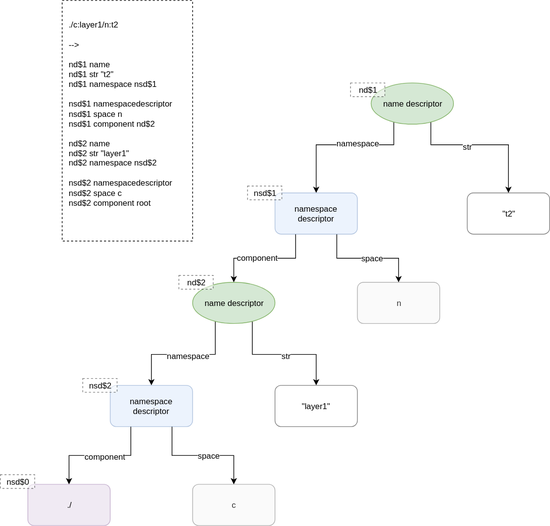
Before: assets/2021-06-07-wp-namespaces.svg, a diagram exported from draw.io (guitarvydas/guitarvydas.github.io). Source tidied: cells renumbered, new cells last; positions are measured from the earlier drawing's top-left corner, leaving out a move shared by most shapes.
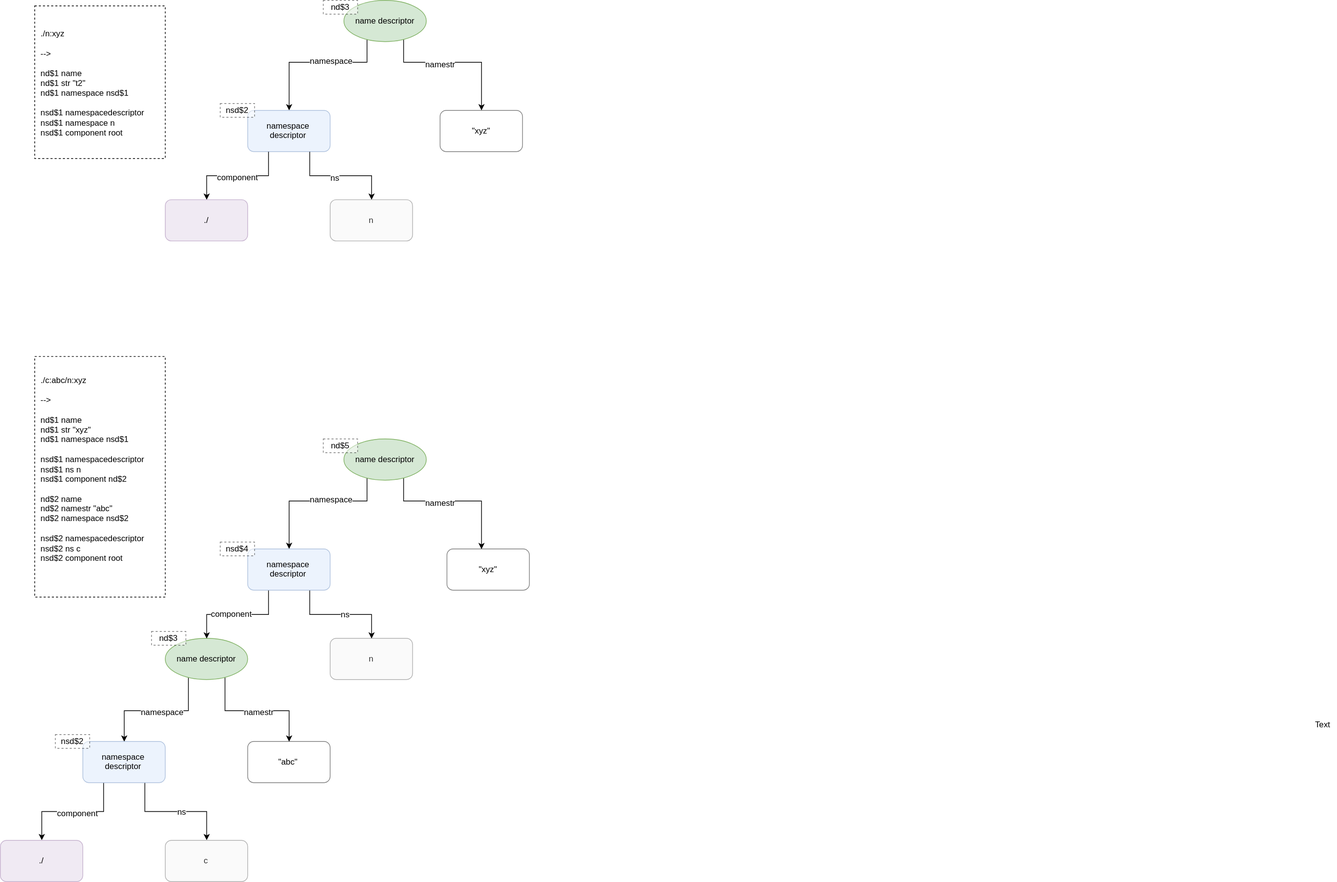
After the change.

Commit message:
updated namespaces diagram

What changed in the source:
```diff
@@ -2,18 +2,19 @@
   <root>
     <mxCell id="0" />
     <mxCell id="1" parent="0" />
-    <mxCell id="2" value="&lt;div&gt;./c:layer1/n:t2&lt;/div&gt;&lt;div&gt;&lt;br&gt;&lt;/div&gt;&lt;div&gt;--&amp;gt;&lt;/div&gt;&lt;div&gt;&lt;br&gt;&lt;/div&gt;&lt;div&gt;&lt;div&gt;nd$1 name&lt;/div&gt;&lt;div&gt;nd$1 str &quot;t2&quot;&lt;/div&gt;&lt;div&gt;nd$1 namespace nsd$1&lt;/div&gt;&lt;div&gt;&lt;br&gt;&lt;/div&gt;&lt;div&gt;nsd$1 namespacedescriptor&lt;/div&gt;&lt;div&gt;nsd$1 space n&lt;/div&gt;&lt;div&gt;nsd$1 component nd$2&lt;/div&gt;&lt;div&gt;&lt;br&gt;&lt;/div&gt;&lt;div&gt;nd$2 name&lt;/div&gt;&lt;div&gt;nd$2 str &quot;layer1&quot;&lt;/div&gt;&lt;div&gt;nd$2 namespace nsd$2&lt;/div&gt;&lt;div&gt;&lt;br&gt;&lt;/div&gt;&lt;div&gt;nsd$2 namespacedescriptor&lt;/div&gt;&lt;div&gt;nsd$2 space c&lt;/div&gt;&lt;div&gt;nsd$2 component root&lt;/div&gt;&lt;div&gt;&lt;br&gt;&lt;/div&gt;&lt;div&gt;&lt;br&gt;&lt;/div&gt;&lt;/div&gt;" style="rounded=0;whiteSpace=wrap;html=1;fontFamily=Helvetica;fontSize=12;fontColor=#000000;align=left;strokeColor=#000000;fillColor=#ffffff;spacing=9;dashed=1;" parent="1" vertex="1">
+    <mxCell id="2" value="&lt;div&gt;./c:abc/n:xyz&lt;/div&gt;&lt;div&gt;&lt;br&gt;&lt;/div&gt;&lt;div&gt;--&amp;gt;&lt;/div&gt;&lt;div&gt;&lt;br&gt;&lt;/div&gt;&lt;div&gt;&lt;div&gt;nd$1 name&lt;/div&gt;&lt;div&gt;nd$1 str &quot;xyz&quot;&lt;/div&gt;&lt;div&gt;nd$1 namespace nsd$1&lt;/div&gt;&lt;div&gt;&lt;br&gt;&lt;/div&gt;&lt;div&gt;nsd$1 namespacedescriptor&lt;/div&gt;&lt;div&gt;nsd$1 ns n&lt;/div&gt;&lt;div&gt;nsd$1 component nd$2&lt;/div&gt;&lt;div&gt;&lt;br&gt;&lt;/div&gt;&lt;div&gt;nd$2 name&lt;/div&gt;&lt;div&gt;nd$2 namestr &quot;abc&quot;&lt;/div&gt;&lt;div&gt;nd$2 namespace nsd$2&lt;/div&gt;&lt;div&gt;&lt;br&gt;&lt;/div&gt;&lt;div&gt;nsd$2 namespacedescriptor&lt;/div&gt;&lt;div&gt;nsd$2 ns c&lt;/div&gt;&lt;div&gt;nsd$2 component root&lt;/div&gt;&lt;div&gt;&lt;br&gt;&lt;/div&gt;&lt;div&gt;&lt;br&gt;&lt;/div&gt;&lt;/div&gt;" style="rounded=0;whiteSpace=wrap;html=1;fontFamily=Helvetica;fontSize=12;fontColor=#000000;align=left;strokeColor=#000000;fillColor=#ffffff;spacing=9;dashed=1;" parent="1" vertex="1">
       <mxGeometry x="90" width="190" height="350" as="geometry" />
     </mxCell>
-    <mxCell id="3" style="edgeStyle=orthogonalEdgeStyle;rounded=0;jettySize=auto;html=1;exitX=0.75;exitY=1;exitDx=0;exitDy=0;entryX=0.5;entryY=0;entryDx=0;entryDy=0;" parent="1" edge="1" source="7" target="8">
+    <mxCell id="3" style="edgeStyle=orthogonalEdgeStyle;rounded=0;jettySize=auto;html=1;exitX=0.75;exitY=1;exitDx=0;exitDy=0;entryX=0.5;entryY=0;entryDx=0;entryDy=0;" parent="1" edge="1" source="7">
       <mxGeometry relative="1" as="geometry">
+        <mxPoint x="740" y="280" as="targetPoint" />
         <Array as="points">
           <mxPoint x="627" y="210" />
           <mxPoint x="740" y="210" />
         </Array>
       </mxGeometry>
     </mxCell>
-    <mxCell id="4" value="str" style="text;html=1;align=center;verticalAlign=middle;labelBackgroundColor=#ffffff;" parent="3" vertex="1">
+    <mxCell id="4" value="namestr" style="text;html=1;align=center;verticalAlign=middle;labelBackgroundColor=#ffffff;" parent="3" vertex="1">
       <mxGeometry x="0.23" y="-2" relative="1" as="geometry">
         <mxPoint x="-47" as="offset" />
       </mxGeometry>
@@ -34,13 +35,13 @@
     <mxCell id="7" value="name descriptor" style="ellipse;whiteSpace=wrap;html=1;fontFamily=Helvetica;fontSize=12;fontColor=#000000;align=center;strokeColor=#82b366;fillColor=#d5e8d4;" parent="1" vertex="1">
       <mxGeometry x="540" y="120" width="120" height="60" as="geometry" />
     </mxCell>
-    <mxCell id="8" value="&quot;t2&quot;" style="rounded=1;whiteSpace=wrap;html=1;opacity=50;" parent="1" vertex="1">
-      <mxGeometry x="680" y="280" width="120" height="60" as="geometry" />
+    <mxCell id="8" value="&quot;xyz&quot;" style="rounded=1;whiteSpace=wrap;html=1;opacity=50;" parent="1" vertex="1">
+      <mxGeometry x="690" y="280" width="120" height="60" as="geometry" />
     </mxCell>
     <mxCell id="9" style="edgeStyle=orthogonalEdgeStyle;rounded=0;jettySize=auto;html=1;exitX=0.75;exitY=1;exitDx=0;exitDy=0;entryX=0.5;entryY=0;entryDx=0;entryDy=0;" parent="1" edge="1" source="13" target="20">
       <mxGeometry relative="1" as="geometry" />
     </mxCell>
-    <mxCell id="10" value="str" style="text;html=1;align=center;verticalAlign=middle;labelBackgroundColor=#ffffff;" parent="9" vertex="1">
+    <mxCell id="10" value="namestr" style="text;html=1;align=center;verticalAlign=middle;labelBackgroundColor=#ffffff;" parent="9" vertex="1">
       <mxGeometry x="0.27" y="-1" relative="1" as="geometry">
         <mxPoint x="-21" as="offset" />
       </mxGeometry>
@@ -59,7 +60,7 @@
     <mxCell id="14" style="edgeStyle=orthogonalEdgeStyle;rounded=0;jettySize=auto;html=1;exitX=0.75;exitY=1;exitDx=0;exitDy=0;entryX=0.5;entryY=0;entryDx=0;entryDy=0;" parent="1" edge="1" source="18" target="19">
       <mxGeometry relative="1" as="geometry" />
     </mxCell>
-    <mxCell id="15" value="space" style="text;html=1;align=center;verticalAlign=middle;labelBackgroundColor=#ffffff;" parent="14" vertex="1">
+    <mxCell id="15" value="ns" style="text;html=1;align=center;verticalAlign=middle;labelBackgroundColor=#ffffff;" parent="14" vertex="1">
       <mxGeometry x="0.29" y="1" relative="1" as="geometry">
         <mxPoint x="-17" as="offset" />
       </mxGeometry>
@@ -76,13 +77,13 @@
     <mxCell id="19" value="n" style="rounded=1;whiteSpace=wrap;html=1;opacity=50;fillColor=#f5f5f5;strokeColor=#666666;fontColor=#333333;" parent="1" vertex="1">
       <mxGeometry x="520" y="410" width="120" height="60" as="geometry" />
     </mxCell>
-    <mxCell id="20" value="&quot;layer1&quot;" style="rounded=1;whiteSpace=wrap;html=1;opacity=50;" parent="1" vertex="1">
+    <mxCell id="20" value="&quot;abc&quot;" style="rounded=1;whiteSpace=wrap;html=1;opacity=50;" parent="1" vertex="1">
       <mxGeometry x="400" y="560" width="120" height="60" as="geometry" />
     </mxCell>
     <mxCell id="21" style="edgeStyle=orthogonalEdgeStyle;rounded=0;jettySize=auto;html=1;exitX=0.75;exitY=1;exitDx=0;exitDy=0;entryX=0.5;entryY=0;entryDx=0;entryDy=0;" parent="1" edge="1" source="25" target="27">
       <mxGeometry relative="1" as="geometry" />
     </mxCell>
-    <mxCell id="22" value="space" style="text;html=1;align=center;verticalAlign=middle;labelBackgroundColor=#ffffff;" parent="21" vertex="1">
+    <mxCell id="22" value="ns" style="text;html=1;align=center;verticalAlign=middle;labelBackgroundColor=#ffffff;" parent="21" vertex="1">
       <mxGeometry x="0.09" y="1" relative="1" as="geometry" />
     </mxCell>
     <mxCell id="23" style="edgeStyle=orthogonalEdgeStyle;rounded=0;jettySize=auto;html=1;exitX=0.25;exitY=1;exitDx=0;exitDy=0;entryX=0.5;entryY=0;entryDx=0;entryDy=0;" parent="1" edge="1" source="25" target="26">
@@ -102,20 +103,84 @@
     <mxCell id="27" value="c" style="rounded=1;whiteSpace=wrap;html=1;opacity=50;fillColor=#f5f5f5;strokeColor=#666666;fontColor=#333333;" parent="1" vertex="1">
       <mxGeometry x="280" y="704" width="120" height="60" as="geometry" />
     </mxCell>
-    <mxCell id="28" value="nd$1" style="rounded=0;whiteSpace=wrap;html=1;opacity=50;dashed=1;" parent="1" vertex="1">
+    <mxCell id="28" value="nd$5" style="rounded=0;whiteSpace=wrap;html=1;opacity=50;dashed=1;" parent="1" vertex="1">
       <mxGeometry x="510" y="120" width="50" height="20" as="geometry" />
     </mxCell>
-    <mxCell id="29" value="nd$2" style="rounded=0;whiteSpace=wrap;html=1;opacity=50;dashed=1;" parent="1" vertex="1">
+    <mxCell id="29" value="nd$3" style="rounded=0;whiteSpace=wrap;html=1;opacity=50;dashed=1;" parent="1" vertex="1">
       <mxGeometry x="260" y="400" width="50" height="20" as="geometry" />
     </mxCell>
-    <mxCell id="30" value="nsd$1" style="rounded=0;whiteSpace=wrap;html=1;opacity=50;dashed=1;" parent="1" vertex="1">
+    <mxCell id="30" value="nsd$4" style="rounded=0;whiteSpace=wrap;html=1;opacity=50;dashed=1;" parent="1" vertex="1">
       <mxGeometry x="360" y="270" width="50" height="20" as="geometry" />
     </mxCell>
     <mxCell id="31" value="nsd$2" style="rounded=0;whiteSpace=wrap;html=1;opacity=50;dashed=1;" parent="1" vertex="1">
       <mxGeometry x="120" y="550" width="50" height="20" as="geometry" />
     </mxCell>
-    <mxCell id="32" value="nsd$0" style="rounded=0;whiteSpace=wrap;html=1;opacity=50;dashed=1;" parent="1" vertex="1">
-      <mxGeometry y="690" width="50" height="20" as="geometry" />
-    </mxCell>
+    <mxCell id="33" value="&lt;div&gt;./n:xyz&lt;/div&gt;&lt;div&gt;&lt;br&gt;&lt;/div&gt;&lt;div&gt;--&amp;gt;&lt;/div&gt;&lt;div&gt;&lt;br&gt;&lt;/div&gt;&lt;div&gt;&lt;div&gt;nd$1 name&lt;/div&gt;&lt;div&gt;nd$1 str &quot;t2&quot;&lt;/div&gt;&lt;div&gt;nd$1 namespace nsd$1&lt;/div&gt;&lt;div&gt;&lt;br&gt;&lt;/div&gt;&lt;div&gt;nsd$1 namespacedescriptor&lt;/div&gt;&lt;div&gt;nsd$1 namespace n&lt;/div&gt;&lt;div&gt;nsd$1 component root&lt;/div&gt;&lt;/div&gt;" style="rounded=0;whiteSpace=wrap;html=1;fontFamily=Helvetica;fontSize=12;fontColor=#000000;align=left;strokeColor=#000000;fillColor=#ffffff;spacing=9;dashed=1;" parent="1" vertex="1">
+      <mxGeometry x="90" y="-510" width="190" height="222" as="geometry" />
+    </mxCell>
+    <mxCell id="34" style="edgeStyle=orthogonalEdgeStyle;rounded=0;jettySize=auto;html=1;exitX=0.75;exitY=1;exitDx=0;exitDy=0;entryX=0.5;entryY=0;entryDx=0;entryDy=0;" parent="1" edge="1" source="38" target="39">
+      <mxGeometry relative="1" as="geometry">
+        <Array as="points">
+          <mxPoint x="627" y="-428" />
+          <mxPoint x="740" y="-428" />
+        </Array>
+      </mxGeometry>
+    </mxCell>
+    <mxCell id="35" value="namestr" style="text;html=1;align=center;verticalAlign=middle;labelBackgroundColor=#ffffff;" parent="34" vertex="1">
+      <mxGeometry x="0.23" y="-2" relative="1" as="geometry">
+        <mxPoint x="-47" as="offset" />
+      </mxGeometry>
+    </mxCell>
+    <mxCell id="36" style="edgeStyle=orthogonalEdgeStyle;rounded=0;jettySize=auto;html=1;exitX=0.25;exitY=1;exitDx=0;exitDy=0;" parent="1" edge="1" source="38" target="44">
+      <mxGeometry relative="1" as="geometry">
+        <Array as="points">
+          <mxPoint x="573" y="-428" />
+          <mxPoint x="460" y="-428" />
+        </Array>
+      </mxGeometry>
+    </mxCell>
+    <mxCell id="37" value="namespace" style="text;html=1;align=center;verticalAlign=middle;labelBackgroundColor=#ffffff;" parent="36" vertex="1">
+      <mxGeometry x="0.06" y="-3" relative="1" as="geometry">
+        <mxPoint x="29" as="offset" />
+      </mxGeometry>
+    </mxCell>
+    <mxCell id="38" value="name descriptor" style="ellipse;whiteSpace=wrap;html=1;fontFamily=Helvetica;fontSize=12;fontColor=#000000;align=center;strokeColor=#82b366;fillColor=#d5e8d4;" parent="1" vertex="1">
+      <mxGeometry x="540" y="-518" width="120" height="60" as="geometry" />
+    </mxCell>
+    <mxCell id="39" value="&quot;xyz&quot;" style="rounded=1;whiteSpace=wrap;html=1;opacity=50;" parent="1" vertex="1">
+      <mxGeometry x="680" y="-358" width="120" height="60" as="geometry" />
+    </mxCell>
+    <mxCell id="40" style="edgeStyle=orthogonalEdgeStyle;rounded=0;jettySize=auto;html=1;exitX=0.75;exitY=1;exitDx=0;exitDy=0;entryX=0.5;entryY=0;entryDx=0;entryDy=0;" parent="1" edge="1" source="44" target="45">
+      <mxGeometry relative="1" as="geometry" />
+    </mxCell>
+    <mxCell id="41" value="ns" style="text;html=1;align=center;verticalAlign=middle;labelBackgroundColor=#ffffff;" parent="40" vertex="1">
+      <mxGeometry x="-0.11" y="-2" relative="1" as="geometry" />
+    </mxCell>
+    <mxCell id="42" style="edgeStyle=orthogonalEdgeStyle;rounded=0;jettySize=auto;html=1;exitX=0.25;exitY=1;exitDx=0;exitDy=0;entryX=0.5;entryY=0;entryDx=0;entryDy=0;" parent="1" edge="1" source="44" target="46">
+      <mxGeometry relative="1" as="geometry" />
+    </mxCell>
+    <mxCell id="43" value="component" style="text;html=1;align=center;verticalAlign=middle;labelBackgroundColor=#ffffff;" parent="42" vertex="1">
+      <mxGeometry x="0.16" y="1" relative="1" as="geometry">
+        <mxPoint x="12.5" as="offset" />
+      </mxGeometry>
+    </mxCell>
+    <mxCell id="44" value="namespace descriptor" style="rounded=1;whiteSpace=wrap;html=1;opacity=50;fillColor=#dae8fc;strokeColor=#6c8ebf;" parent="1" vertex="1">
+      <mxGeometry x="400" y="-358" width="120" height="60" as="geometry" />
+    </mxCell>
+    <mxCell id="45" value="n" style="rounded=1;whiteSpace=wrap;html=1;opacity=50;fillColor=#f5f5f5;strokeColor=#666666;fontColor=#333333;" parent="1" vertex="1">
+      <mxGeometry x="520" y="-228" width="120" height="60" as="geometry" />
+    </mxCell>
+    <mxCell id="46" value="./" style="rounded=1;whiteSpace=wrap;html=1;opacity=50;fillColor=#e1d5e7;strokeColor=#9673a6;" parent="1" vertex="1">
+      <mxGeometry x="280" y="-228" width="120" height="60" as="geometry" />
+    </mxCell>
+    <mxCell id="47" value="nd$3" style="rounded=0;whiteSpace=wrap;html=1;opacity=50;dashed=1;" parent="1" vertex="1">
+      <mxGeometry x="510" y="-518" width="50" height="20" as="geometry" />
+    </mxCell>
+    <mxCell id="48" value="nsd$2" style="rounded=0;whiteSpace=wrap;html=1;opacity=50;dashed=1;" parent="1" vertex="1">
+      <mxGeometry x="360" y="-368" width="50" height="20" as="geometry" />
+    </mxCell>
+    <mxCell id="49" value="Text" style="text;html=1;align=center;verticalAlign=middle;" parent="1" vertex="1">
+      <mxGeometry x="1945" y="525" width="40" height="20" as="geometry" />
+    </mxCell>
   </root>
 </mxGraphModel>
```
